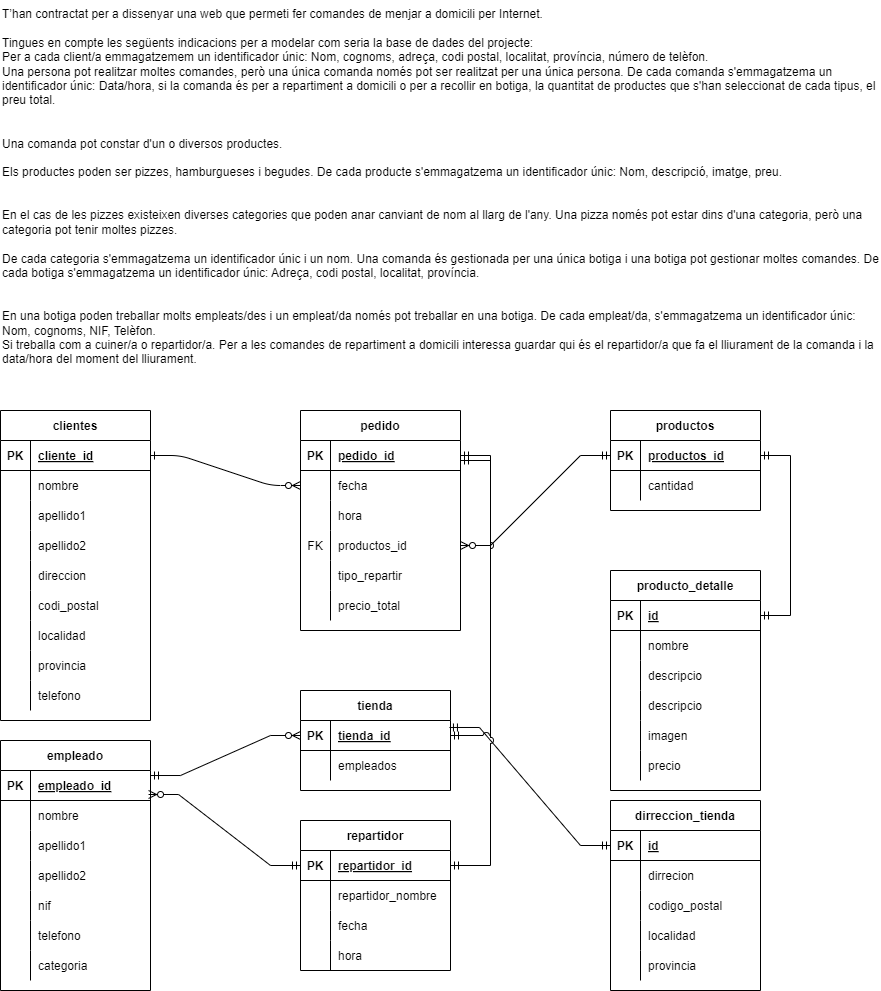
JohnSDup/Sprint_2 keeps this draw.io diagram as Ex2/Pizzas.drawio.png. Above is the earlier version. Source tidied: cells renumbered, new cells last; positions are measured from the earlier drawing's top-left corner, leaving out a move shared by most shapes.
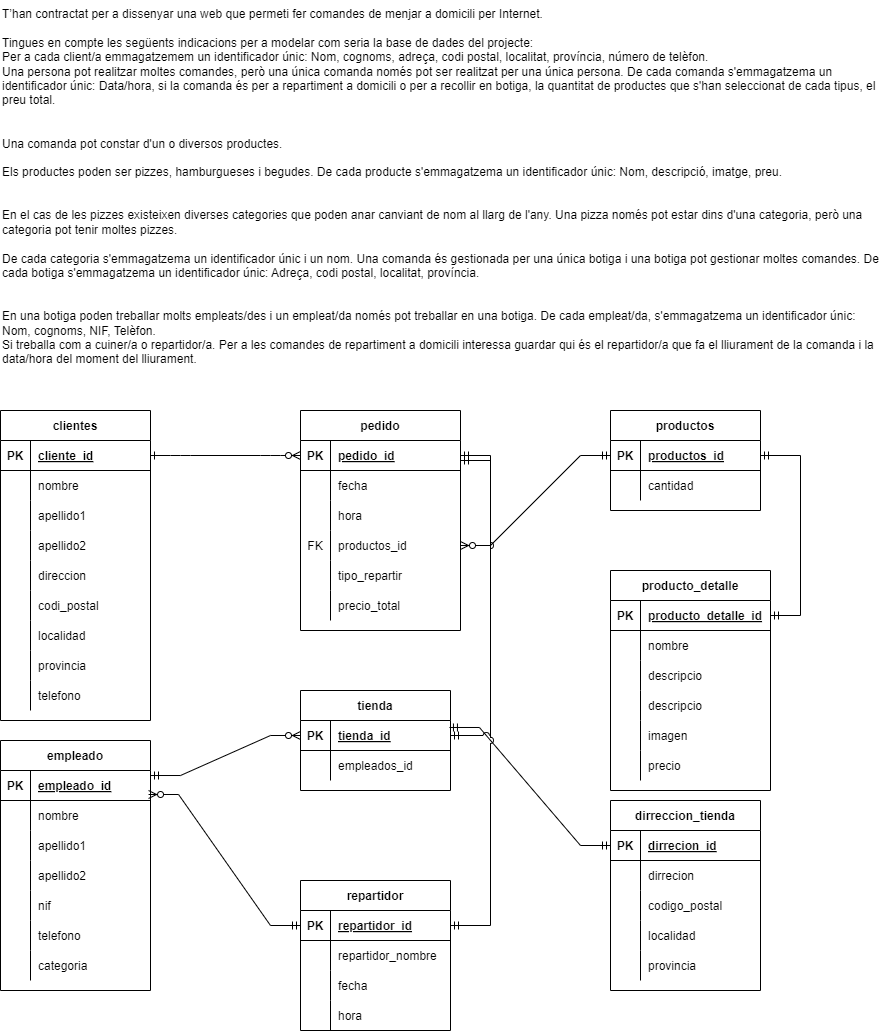
Later version of the same file.

The edit, as a diff of the source:
```diff
@@ -2,7 +2,7 @@
   <root>
     <mxCell id="0" />
     <mxCell id="1" parent="0" />
-    <mxCell id="2" style="edgeStyle=entityRelationEdgeStyle;endArrow=ERzeroToMany;startArrow=ERone;endFill=1;startFill=0;" parent="1" edge="1" source="30" target="7">
+    <mxCell id="2" style="edgeStyle=entityRelationEdgeStyle;endArrow=ERzeroToMany;startArrow=ERone;endFill=1;startFill=0;" parent="1" edge="1" source="30" target="4">
       <mxGeometry relative="1" as="geometry" />
     </mxCell>
     <mxCell id="3" value="pedido" style="shape=table;startSize=30;rowLines=0;fontStyle=1;align=center;" parent="1" vertex="1">
@@ -171,61 +171,61 @@
       <mxGeometry width="880" height="380" as="geometry" />
     </mxCell>
     <mxCell id="58" value="producto_detalle" style="shape=table;startSize=30;rowLines=0;fontStyle=1;align=center;" parent="1" vertex="1">
-      <mxGeometry x="610" y="570" width="150" height="220" as="geometry" />
+      <mxGeometry x="610" y="570" width="160" height="220" as="geometry" />
     </mxCell>
     <mxCell id="59" style="shape=partialRectangle;fillColor=none;points=[[0,0.5],[1,0.5]];portConstraint=eastwest;top=0;left=0;right=0;bottom=1;" parent="58" vertex="1">
-      <mxGeometry y="30" width="150" height="30" as="geometry" />
+      <mxGeometry y="30" width="160" height="30" as="geometry" />
     </mxCell>
     <mxCell id="60" value="PK" style="shape=partialRectangle;overflow=hidden;fillColor=none;top=0;left=0;bottom=0;right=0;fontStyle=1;" parent="59" vertex="1">
       <mxGeometry width="30" height="30" as="geometry" />
     </mxCell>
-    <mxCell id="61" value="id" style="shape=partialRectangle;overflow=hidden;fillColor=none;top=0;left=0;bottom=0;right=0;align=left;spacingLeft=6;fontStyle=5;" parent="59" vertex="1">
-      <mxGeometry x="30" width="120" height="30" as="geometry" />
+    <mxCell id="61" value="producto_detalle_id" style="shape=partialRectangle;overflow=hidden;fillColor=none;top=0;left=0;bottom=0;right=0;align=left;spacingLeft=6;fontStyle=5;" parent="59" vertex="1">
+      <mxGeometry x="30" width="130" height="30" as="geometry" />
     </mxCell>
     <mxCell id="62" style="shape=partialRectangle;fillColor=none;top=0;left=0;right=0;bottom=0;" parent="58" vertex="1">
-      <mxGeometry y="60" width="150" height="30" as="geometry" />
+      <mxGeometry y="60" width="160" height="30" as="geometry" />
     </mxCell>
     <mxCell id="63" style="shape=partialRectangle;overflow=hidden;fillColor=none;top=0;left=0;bottom=0;right=0;" parent="62" vertex="1">
       <mxGeometry width="30" height="30" as="geometry" />
     </mxCell>
     <mxCell id="64" value="nombre" style="shape=partialRectangle;overflow=hidden;fillColor=none;top=0;left=0;bottom=0;right=0;align=left;spacingLeft=6;" parent="62" vertex="1">
-      <mxGeometry x="30" width="120" height="30" as="geometry" />
+      <mxGeometry x="30" width="130" height="30" as="geometry" />
     </mxCell>
     <mxCell id="65" style="shape=partialRectangle;fillColor=none;top=0;left=0;right=0;bottom=0;" parent="58" vertex="1">
-      <mxGeometry y="90" width="150" height="30" as="geometry" />
+      <mxGeometry y="90" width="160" height="30" as="geometry" />
     </mxCell>
     <mxCell id="66" style="shape=partialRectangle;overflow=hidden;fillColor=none;top=0;left=0;bottom=0;right=0;" parent="65" vertex="1">
       <mxGeometry width="30" height="30" as="geometry" />
     </mxCell>
     <mxCell id="67" value="descripcio" style="shape=partialRectangle;overflow=hidden;fillColor=none;top=0;left=0;bottom=0;right=0;align=left;spacingLeft=6;" parent="65" vertex="1">
-      <mxGeometry x="30" width="120" height="30" as="geometry" />
+      <mxGeometry x="30" width="130" height="30" as="geometry" />
     </mxCell>
     <mxCell id="68" style="shape=partialRectangle;fillColor=none;top=0;left=0;right=0;bottom=0;" parent="58" vertex="1">
-      <mxGeometry y="120" width="150" height="30" as="geometry" />
+      <mxGeometry y="120" width="160" height="30" as="geometry" />
     </mxCell>
     <mxCell id="69" style="shape=partialRectangle;overflow=hidden;fillColor=none;top=0;left=0;bottom=0;right=0;" parent="68" vertex="1">
       <mxGeometry width="30" height="30" as="geometry" />
     </mxCell>
     <mxCell id="70" value="descripcio" style="shape=partialRectangle;overflow=hidden;fillColor=none;top=0;left=0;bottom=0;right=0;align=left;spacingLeft=6;" parent="68" vertex="1">
-      <mxGeometry x="30" width="120" height="30" as="geometry" />
+      <mxGeometry x="30" width="130" height="30" as="geometry" />
     </mxCell>
     <mxCell id="71" style="shape=partialRectangle;fillColor=none;top=0;left=0;right=0;bottom=0;" parent="58" vertex="1">
-      <mxGeometry y="150" width="150" height="30" as="geometry" />
+      <mxGeometry y="150" width="160" height="30" as="geometry" />
     </mxCell>
     <mxCell id="72" style="shape=partialRectangle;overflow=hidden;fillColor=none;top=0;left=0;bottom=0;right=0;" parent="71" vertex="1">
       <mxGeometry width="30" height="30" as="geometry" />
     </mxCell>
     <mxCell id="73" value="imagen" style="shape=partialRectangle;overflow=hidden;fillColor=none;top=0;left=0;bottom=0;right=0;align=left;spacingLeft=6;" parent="71" vertex="1">
-      <mxGeometry x="30" width="120" height="30" as="geometry" />
+      <mxGeometry x="30" width="130" height="30" as="geometry" />
     </mxCell>
     <mxCell id="74" style="shape=partialRectangle;fillColor=none;top=0;left=0;right=0;bottom=0;" parent="58" vertex="1">
-      <mxGeometry y="180" width="150" height="30" as="geometry" />
+      <mxGeometry y="180" width="160" height="30" as="geometry" />
     </mxCell>
     <mxCell id="75" style="shape=partialRectangle;overflow=hidden;fillColor=none;top=0;left=0;bottom=0;right=0;" parent="74" vertex="1">
       <mxGeometry width="30" height="30" as="geometry" />
     </mxCell>
     <mxCell id="76" value="precio" style="shape=partialRectangle;overflow=hidden;fillColor=none;top=0;left=0;bottom=0;right=0;align=left;spacingLeft=6;" parent="74" vertex="1">
-      <mxGeometry x="30" width="120" height="30" as="geometry" />
+      <mxGeometry x="30" width="130" height="30" as="geometry" />
     </mxCell>
     <mxCell id="77" value="tienda" style="shape=table;startSize=30;rowLines=0;fontStyle=1;align=center;" parent="1" vertex="1">
       <mxGeometry x="300" y="690" width="150" height="100" as="geometry" />
@@ -245,7 +245,7 @@
     <mxCell id="82" style="shape=partialRectangle;overflow=hidden;fillColor=none;top=0;left=0;bottom=0;right=0;" parent="81" vertex="1">
       <mxGeometry width="30" height="30" as="geometry" />
     </mxCell>
-    <mxCell id="83" value="empleados" style="shape=partialRectangle;overflow=hidden;fillColor=none;top=0;left=0;bottom=0;right=0;align=left;spacingLeft=6;" parent="81" vertex="1">
+    <mxCell id="83" value="empleados_id" style="shape=partialRectangle;overflow=hidden;fillColor=none;top=0;left=0;bottom=0;right=0;align=left;spacingLeft=6;" parent="81" vertex="1">
       <mxGeometry x="30" width="120" height="30" as="geometry" />
     </mxCell>
     <mxCell id="84" value="dirreccion_tienda" style="shape=table;startSize=30;rowLines=0;fontStyle=1;align=center;" parent="1" vertex="1">
@@ -257,7 +257,7 @@
     <mxCell id="86" value="PK" style="shape=partialRectangle;overflow=hidden;fillColor=none;top=0;left=0;bottom=0;right=0;fontStyle=1;" parent="85" vertex="1">
       <mxGeometry width="30" height="30" as="geometry" />
     </mxCell>
-    <mxCell id="87" value="id" style="shape=partialRectangle;overflow=hidden;fillColor=none;top=0;left=0;bottom=0;right=0;align=left;spacingLeft=6;fontStyle=5;" parent="85" vertex="1">
+    <mxCell id="87" value="dirrecion_id" style="shape=partialRectangle;overflow=hidden;fillColor=none;top=0;left=0;bottom=0;right=0;align=left;spacingLeft=6;fontStyle=5;" parent="85" vertex="1">
       <mxGeometry x="30" width="120" height="30" as="geometry" />
     </mxCell>
     <mxCell id="88" style="shape=partialRectangle;fillColor=none;top=0;left=0;right=0;bottom=0;" parent="84" vertex="1">
@@ -383,7 +383,7 @@
       <mxGeometry relative="1" as="geometry" />
     </mxCell>
     <mxCell id="126" value="repartidor" style="shape=table;startSize=30;rowLines=0;fontStyle=1;align=center;" parent="1" vertex="1">
-      <mxGeometry x="300" y="820" width="150" height="150" as="geometry" />
+      <mxGeometry x="300" y="880" width="150" height="150" as="geometry" />
     </mxCell>
     <mxCell id="127" style="shape=partialRectangle;fillColor=none;points=[[0,0.5],[1,0.5]];portConstraint=eastwest;top=0;left=0;right=0;bottom=1;" parent="126" vertex="1">
       <mxGeometry y="30" width="150" height="30" as="geometry" />
```
